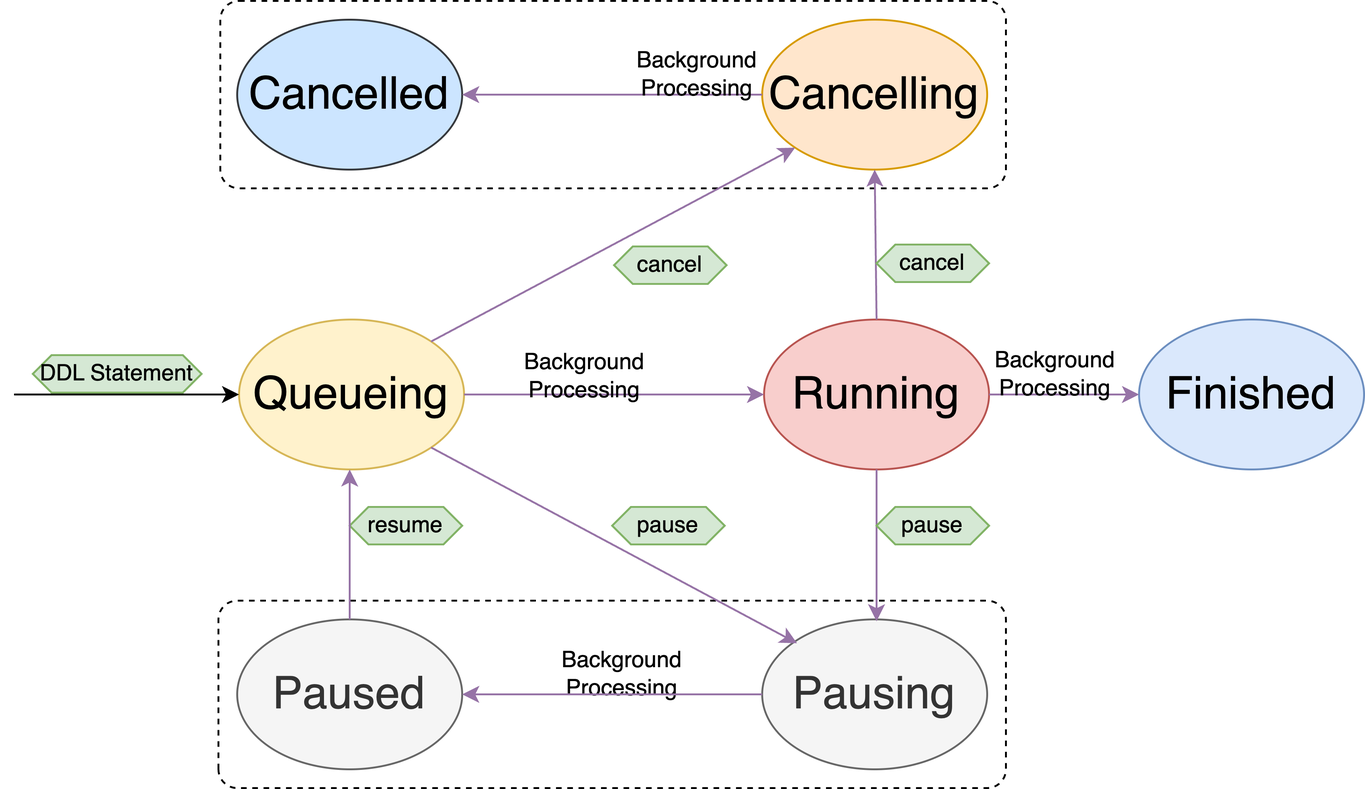
Before: docs/design/imgs/ddl_job_state_machine.png, a diagram exported from draw.io (pingcap/tidb). Source tidied: cells renumbered, new cells last; positions are measured from the earlier drawing's top-left corner, leaving out a move shared by most shapes.
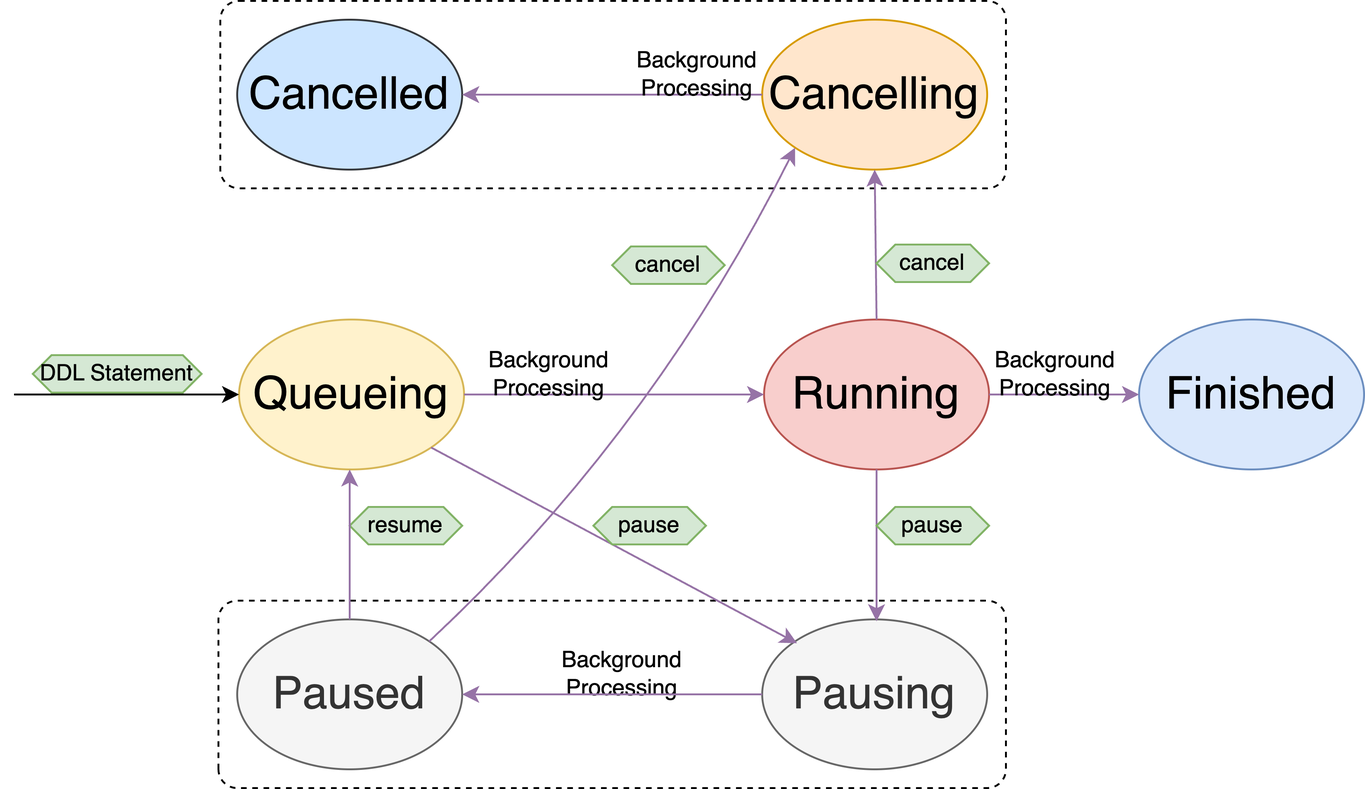
After the change.

Commit message:
Update Job State Machine in design doc file

Change to the diagram source:
```diff
@@ -34,67 +34,71 @@
     <mxCell id="11" style="curved=1;endArrow=classic;html=1;rounded=0;fontSize=12;fillColor=#e1d5e7;strokeColor=#9673a6;entryX=0;entryY=0.5;entryDx=0;entryDy=0;exitX=1;exitY=0.5;exitDx=0;exitDy=0;" parent="1" edge="1" source="6" target="9">
       <mxGeometry x="0.25" relative="1" as="geometry" />
     </mxCell>
-    <mxCell id="12" style="curved=1;endArrow=classic;html=1;rounded=0;fontSize=12;exitX=1;exitY=0;exitDx=0;exitDy=0;fillColor=#e1d5e7;strokeColor=#9673a6;entryX=0;entryY=1;entryDx=0;entryDy=0;" parent="1" edge="1" source="4" target="7">
-      <mxGeometry relative="1" as="geometry" />
+    <mxCell id="12" value="Pausing" style="ellipse;whiteSpace=wrap;html=1;fontSize=24;fillColor=#f5f5f5;fontColor=#333333;strokeColor=#666666;" parent="1" vertex="1">
+      <mxGeometry x="399" y="330" width="120" height="80" as="geometry" />
     </mxCell>
-    <mxCell id="13" value="Pausing" style="ellipse;whiteSpace=wrap;html=1;fontSize=24;fillColor=#f5f5f5;fontColor=#333333;strokeColor=#666666;" parent="1" vertex="1">
-      <mxGeometry x="399" y="330" width="120" height="80" as="geometry" />
+    <mxCell id="13" style="curved=1;endArrow=classic;html=1;rounded=0;fontSize=12;fillColor=#e1d5e7;strokeColor=#9673a6;entryX=0.5;entryY=0;entryDx=0;entryDy=0;exitX=0.5;exitY=1;exitDx=0;exitDy=0;" parent="1" edge="1" source="6">
+      <mxGeometry relative="1" as="geometry">
+        <mxPoint x="460" y="331" as="targetPoint" />
+      </mxGeometry>
     </mxCell>
-    <mxCell id="14" style="curved=1;endArrow=classic;html=1;rounded=0;fontSize=12;fillColor=#e1d5e7;strokeColor=#9673a6;entryX=0.5;entryY=0;entryDx=0;entryDy=0;exitX=0.5;exitY=1;exitDx=0;exitDy=0;" parent="1" edge="1" source="6">
-      <mxGeometry relative="1" as="geometry">
-        <mxPoint x="460" y="331" as="targetPoint" />
-      </mxGeometry>
+    <mxCell id="14" value="resume" style="shape=hexagon;perimeter=hexagonPerimeter2;whiteSpace=wrap;html=1;fixedSize=1;fontSize=12;size=10;fillColor=#d5e8d4;strokeColor=#82b366;" parent="1" vertex="1">
+      <mxGeometry x="179" y="270" width="60" height="20" as="geometry" />
     </mxCell>
-    <mxCell id="15" value="resume" style="shape=hexagon;perimeter=hexagonPerimeter2;whiteSpace=wrap;html=1;fixedSize=1;fontSize=12;size=10;fillColor=#d5e8d4;strokeColor=#82b366;" parent="1" vertex="1">
-      <mxGeometry x="179" y="270" width="60" height="20" as="geometry" />
+    <mxCell id="15" value="DDL Statement" style="shape=hexagon;perimeter=hexagonPerimeter2;whiteSpace=wrap;html=1;fixedSize=1;fontSize=12;size=10;fillColor=#d5e8d4;strokeColor=#82b366;" parent="1" vertex="1">
+      <mxGeometry x="10" y="189" width="90" height="20" as="geometry" />
     </mxCell>
-    <mxCell id="16" value="DDL Statement" style="shape=hexagon;perimeter=hexagonPerimeter2;whiteSpace=wrap;html=1;fixedSize=1;fontSize=12;size=10;fillColor=#d5e8d4;strokeColor=#82b366;" parent="1" vertex="1">
-      <mxGeometry x="10" y="189" width="90" height="20" as="geometry" />
+    <mxCell id="16" value="Background&lt;br&gt;Processing" style="text;html=1;align=center;verticalAlign=middle;strokeColor=none;fillColor=none;fontSize=12;fontColor=#000000;" parent="1" vertex="1">
+      <mxGeometry x="240" y="179" width="90" height="40" as="geometry" />
     </mxCell>
-    <mxCell id="17" value="Background&lt;br&gt;Processing" style="text;html=1;align=center;verticalAlign=middle;strokeColor=none;fillColor=none;fontSize=12;fontColor=#000000;" parent="1" vertex="1">
-      <mxGeometry x="259" y="180" width="90" height="40" as="geometry" />
+    <mxCell id="17" value="Background&lt;br style=&quot;border-color: var(--border-color);&quot;&gt;&lt;span style=&quot;background-color: rgb(255, 255, 255);&quot;&gt;Processing&lt;/span&gt;" style="text;html=1;align=center;verticalAlign=middle;strokeColor=none;fillColor=none;fontSize=12;fontColor=#000000;" parent="1" vertex="1">
+      <mxGeometry x="279" y="339" width="90" height="40" as="geometry" />
     </mxCell>
-    <mxCell id="18" value="Background&lt;br style=&quot;border-color: var(--border-color);&quot;&gt;&lt;span style=&quot;background-color: rgb(255, 255, 255);&quot;&gt;Processing&lt;/span&gt;" style="text;html=1;align=center;verticalAlign=middle;points=[];strokeColor=none;fillColor=none;fontSize=12;fontColor=#000000;" parent="1" vertex="1">
-      <mxGeometry x="279" y="339" width="90" height="40" as="geometry" />
+    <mxCell id="18" value="Paused" style="ellipse;whiteSpace=wrap;html=1;fontSize=24;fillColor=#f5f5f5;fontColor=#333333;strokeColor=#666666;" parent="1" vertex="1">
+      <mxGeometry x="119" y="330" width="120" height="80" as="geometry" />
     </mxCell>
-    <mxCell id="19" value="Paused" style="ellipse;whiteSpace=wrap;html=1;fontSize=24;fillColor=#f5f5f5;fontColor=#333333;strokeColor=#666666;" parent="1" vertex="1">
-      <mxGeometry x="119" y="330" width="120" height="80" as="geometry" />
+    <mxCell id="19" style="curved=1;endArrow=classic;html=1;rounded=0;fontSize=12;fillColor=#e1d5e7;strokeColor=#9673a6;entryX=1;entryY=0.5;entryDx=0;entryDy=0;exitX=0;exitY=0.5;exitDx=0;exitDy=0;" parent="1" edge="1" source="7" target="8">
+      <mxGeometry relative="1" as="geometry" />
     </mxCell>
-    <mxCell id="20" style="curved=1;endArrow=classic;html=1;rounded=0;fontSize=12;fillColor=#e1d5e7;strokeColor=#9673a6;entryX=1;entryY=0.5;entryDx=0;entryDy=0;exitX=0;exitY=0.5;exitDx=0;exitDy=0;" parent="1" edge="1" source="7" target="8">
-      <mxGeometry relative="1" as="geometry" />
+    <mxCell id="20" style="curved=1;endArrow=classic;html=1;rounded=0;fontSize=12;exitX=1;exitY=1;exitDx=0;exitDy=0;fillColor=#e1d5e7;strokeColor=#9673a6;entryX=0;entryY=0;entryDx=0;entryDy=0;" parent="1" edge="1" source="4">
+      <mxGeometry relative="1" as="geometry">
+        <mxPoint x="417.6" y="342.7" as="targetPoint" />
+      </mxGeometry>
     </mxCell>
-    <mxCell id="21" style="curved=1;endArrow=classic;html=1;rounded=0;fontSize=12;exitX=1;exitY=1;exitDx=0;exitDy=0;fillColor=#e1d5e7;strokeColor=#9673a6;entryX=0;entryY=0;entryDx=0;entryDy=0;" parent="1" edge="1" source="4">
-      <mxGeometry relative="1" as="geometry">
-        <mxPoint x="417.6" y="342.7" as="targetPoint" />
-      </mxGeometry>
+    <mxCell id="21" style="curved=1;endArrow=classic;html=1;rounded=0;fontSize=12;fillColor=#e1d5e7;strokeColor=#9673a6;entryX=1;entryY=0.5;entryDx=0;entryDy=0;exitX=0;exitY=0.5;exitDx=0;exitDy=0;" parent="1" edge="1" source="12" target="18">
+      <mxGeometry relative="1" as="geometry" />
     </mxCell>
-    <mxCell id="22" style="curved=1;endArrow=classic;html=1;rounded=0;fontSize=12;fillColor=#e1d5e7;strokeColor=#9673a6;entryX=1;entryY=0.5;entryDx=0;entryDy=0;exitX=0;exitY=0.5;exitDx=0;exitDy=0;" parent="1" edge="1" source="13" target="19">
+    <mxCell id="22" style="curved=1;endArrow=classic;html=1;rounded=0;fontSize=12;fillColor=#e1d5e7;strokeColor=#9673a6;entryX=0.5;entryY=1;entryDx=0;entryDy=0;exitX=0.5;exitY=0;exitDx=0;exitDy=0;" parent="1" edge="1" source="6" target="7">
       <mxGeometry relative="1" as="geometry" />
     </mxCell>
-    <mxCell id="23" style="curved=1;endArrow=classic;html=1;rounded=0;fontSize=12;fillColor=#e1d5e7;strokeColor=#9673a6;entryX=0.5;entryY=1;entryDx=0;entryDy=0;exitX=0.5;exitY=0;exitDx=0;exitDy=0;" parent="1" edge="1" source="6" target="7">
-      <mxGeometry relative="1" as="geometry" />
+    <mxCell id="23" value="cancel" style="shape=hexagon;perimeter=hexagonPerimeter2;whiteSpace=wrap;html=1;fixedSize=1;fontSize=12;size=10;fillColor=#d5e8d4;strokeColor=#82b366;" parent="1" vertex="1">
+      <mxGeometry x="460" y="130" width="60" height="20" as="geometry" />
     </mxCell>
     <mxCell id="24" value="cancel" style="shape=hexagon;perimeter=hexagonPerimeter2;whiteSpace=wrap;html=1;fixedSize=1;fontSize=12;size=10;fillColor=#d5e8d4;strokeColor=#82b366;" parent="1" vertex="1">
-      <mxGeometry x="460" y="130" width="60" height="20" as="geometry" />
+      <mxGeometry x="319" y="131" width="60" height="20" as="geometry" />
     </mxCell>
-    <mxCell id="25" value="cancel" style="shape=hexagon;perimeter=hexagonPerimeter2;whiteSpace=wrap;html=1;fixedSize=1;fontSize=12;size=10;fillColor=#d5e8d4;strokeColor=#82b366;" parent="1" vertex="1">
-      <mxGeometry x="320" y="131" width="60" height="20" as="geometry" />
+    <mxCell id="25" value="pause" style="shape=hexagon;perimeter=hexagonPerimeter2;whiteSpace=wrap;html=1;fixedSize=1;fontSize=12;size=10;fillColor=#d5e8d4;strokeColor=#82b366;" parent="1" vertex="1">
+      <mxGeometry x="460" y="270" width="60" height="20" as="geometry" />
     </mxCell>
-    <mxCell id="26" value="pause" style="shape=hexagon;perimeter=hexagonPerimeter2;whiteSpace=wrap;html=1;fixedSize=1;fontSize=12;size=10;fillColor=#d5e8d4;strokeColor=#82b366;" parent="1" vertex="1">
-      <mxGeometry x="460" y="270" width="60" height="20" as="geometry" />
+    <mxCell id="26" value="Background&lt;br&gt;Processing" style="text;html=1;align=center;verticalAlign=middle;strokeColor=none;fillColor=none;fontSize=12;fontColor=#000000;" parent="1" vertex="1">
+      <mxGeometry x="510" y="179" width="90" height="40" as="geometry" />
     </mxCell>
     <mxCell id="27" value="Background&lt;br&gt;Processing" style="text;html=1;align=center;verticalAlign=middle;strokeColor=none;fillColor=none;fontSize=12;fontColor=#000000;" parent="1" vertex="1">
-      <mxGeometry x="510" y="179" width="90" height="40" as="geometry" />
+      <mxGeometry x="319" y="19" width="90" height="40" as="geometry" />
     </mxCell>
-    <mxCell id="28" value="Background&lt;br&gt;Processing" style="text;html=1;align=center;verticalAlign=middle;strokeColor=none;fillColor=none;fontSize=12;fontColor=#000000;" parent="1" vertex="1">
-      <mxGeometry x="319" y="19" width="90" height="40" as="geometry" />
+    <mxCell id="28" value="pause" style="shape=hexagon;perimeter=hexagonPerimeter2;whiteSpace=wrap;html=1;fixedSize=1;fontSize=12;size=10;fillColor=#d5e8d4;strokeColor=#82b366;" parent="1" vertex="1">
+      <mxGeometry x="309" y="270" width="60" height="20" as="geometry" />
     </mxCell>
-    <mxCell id="29" value="pause" style="shape=hexagon;perimeter=hexagonPerimeter2;whiteSpace=wrap;html=1;fixedSize=1;fontSize=12;size=10;fillColor=#d5e8d4;strokeColor=#82b366;" parent="1" vertex="1">
-      <mxGeometry x="319" y="270" width="60" height="20" as="geometry" />
+    <mxCell id="29" style="curved=1;endArrow=classic;html=1;rounded=0;fontSize=12;fillColor=#e1d5e7;strokeColor=#9673a6;entryX=0.5;entryY=1;entryDx=0;entryDy=0;exitX=0.5;exitY=0;exitDx=0;exitDy=0;" parent="1" edge="1" source="18">
+      <mxGeometry relative="1" as="geometry">
+        <mxPoint x="179" y="250" as="targetPoint" />
+      </mxGeometry>
     </mxCell>
-    <mxCell id="30" style="curved=1;endArrow=classic;html=1;rounded=0;fontSize=12;fillColor=#e1d5e7;strokeColor=#9673a6;entryX=0.5;entryY=1;entryDx=0;entryDy=0;exitX=0.5;exitY=0;exitDx=0;exitDy=0;" parent="1" edge="1" source="19">
+    <mxCell id="30" style="curved=1;endArrow=classic;html=1;rounded=0;fontSize=12;entryX=0;entryY=1;entryDx=0;entryDy=0;exitX=1;exitY=0;exitDx=0;exitDy=0;fillColor=#e1d5e7;strokeColor=#9673a6;" parent="1" edge="1" source="18" target="7">
       <mxGeometry relative="1" as="geometry">
-        <mxPoint x="179" y="250" as="targetPoint" />
+        <Array as="points">
+          <mxPoint x="340" y="231" />
+        </Array>
       </mxGeometry>
     </mxCell>
   </root>
```
